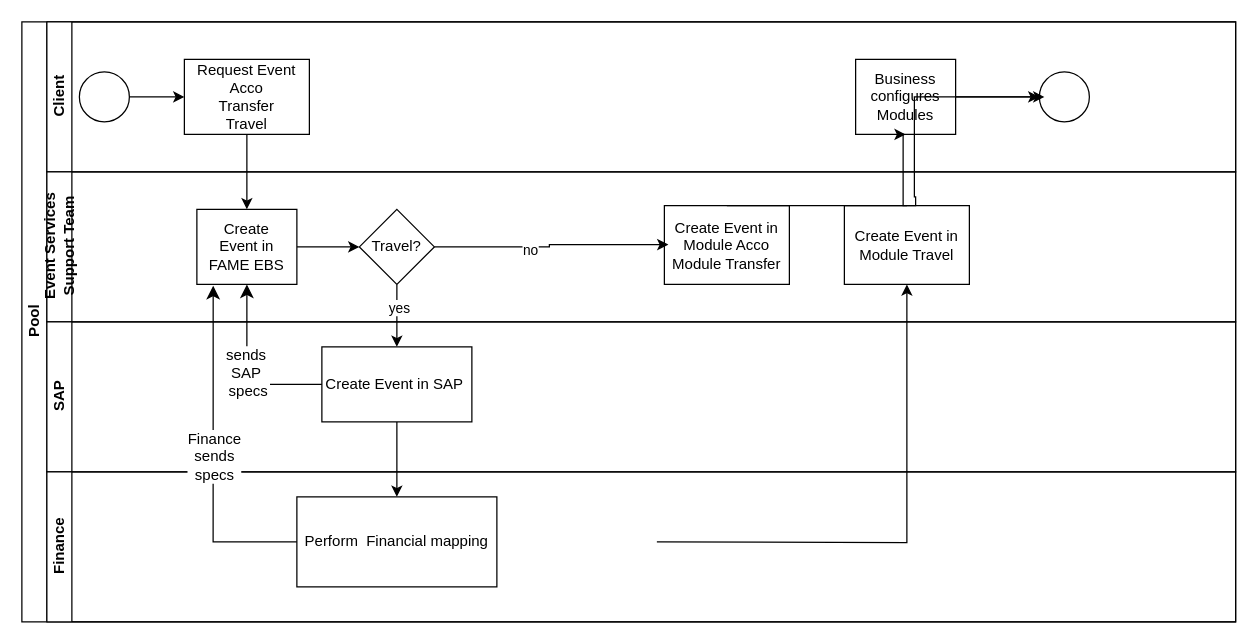
Above: page "proposed-HLcreate-event-ezue" (3 of 7) of FAMEevent.drawio in Helena-Zuk/github-slideshow (draw.io), before the change. Source tidied: cells renumbered, new cells numbered last; positions are measured from the earlier drawing's top-left corner, leaving out a move shared by most shapes. Both pictures are drawn from the tidied source at 125%, with x=0, y=0 at pixel (21, 21).
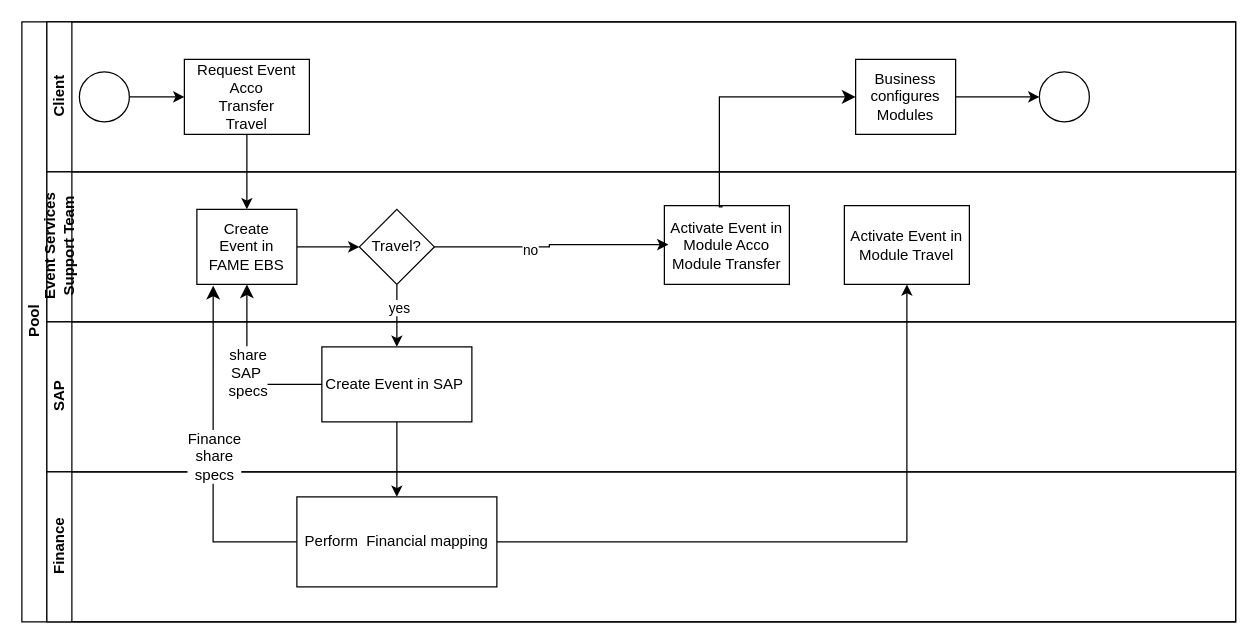
After the change.

The change refers to these unchanged cells:
```xml
<mxCell id="2" value="Pool" style="swimlane;html=1;horizontal=0;startSize=20;" parent="1" vertex="1">
  <mxGeometry width="971" height="480" as="geometry" />
</mxCell>
<mxCell id="11" value="Business&lt;br&gt;configures&lt;br&gt;Modules" style="rounded=0;whiteSpace=wrap;html=1;fontFamily=Helvetica;fontSize=12;fontColor=#000000;align=center;" parent="6" vertex="1">
  <mxGeometry x="647" y="30" width="80" height="60" as="geometry" />
</mxCell>
<mxCell id="13" value="Event Services &lt;br&gt;Support Team" style="swimlane;html=1;startSize=20;horizontal=0;" parent="2" vertex="1">
  <mxGeometry x="20" y="120" width="951" height="120" as="geometry" />
</mxCell>
<mxCell id="24" value="Perform&amp;nbsp; Financial mapping" style="rounded=0;whiteSpace=wrap;html=1;fontFamily=Helvetica;fontSize=12;fontColor=#000000;align=center;" parent="23" vertex="1">
  <mxGeometry x="200" y="20" width="160" height="72" as="geometry" />
</mxCell>
<mxCell id="28" style="endArrow=classic;html=1;rounded=0;fontSize=12;startSize=8;endSize=8;entryX=0.5;entryY=1;entryDx=0;entryDy=0;exitX=0;exitY=0.5;exitDx=0;exitDy=0;edgeStyle=orthogonalEdgeStyle;" parent="2" edge="1" source="22" target="15">
  <mxGeometry relative="1" as="geometry">
    <Array as="points">
      <mxPoint x="180" y="290" />
    </Array>
  </mxGeometry>
</mxCell>
<mxCell id="30" style="endArrow=classic;html=1;rounded=0;fontSize=12;startSize=8;endSize=8;entryX=0.163;entryY=1.017;entryDx=0;entryDy=0;entryPerimeter=0;exitX=0;exitY=0.5;exitDx=0;exitDy=0;edgeStyle=orthogonalEdgeStyle;" parent="2" edge="1" source="24" target="15">
  <mxGeometry relative="1" as="geometry" />
</mxCell>
```

Change to the diagram source:
```diff
@@
-    <mxCell id="17" value="Create Event in&lt;br&gt;Module Acco Module Transfer" style="rounded=0;whiteSpace=wrap;html=1;fontFamily=Helvetica;fontSize=12;fontColor=#000000;align=center;" parent="13" vertex="1">
+    <mxCell id="17" value="Activate Event in&lt;br&gt;Module Acco Module Transfer" style="rounded=0;whiteSpace=wrap;html=1;fontFamily=Helvetica;fontSize=12;fontColor=#000000;align=center;" parent="13" vertex="1">
       <mxGeometry x="494" y="27" width="100" height="63" as="geometry" />
     </mxCell>
-    <mxCell id="18" value="Create Event in&lt;br&gt;Module Travel" style="rounded=0;whiteSpace=wrap;html=1;fontFamily=Helvetica;fontSize=12;fontColor=#000000;align=center;" parent="13" vertex="1">
+    <mxCell id="18" value="Activate Event in&lt;br&gt;Module Travel" style="rounded=0;whiteSpace=wrap;html=1;fontFamily=Helvetica;fontSize=12;fontColor=#000000;align=center;" parent="13" vertex="1">
       <mxGeometry x="638" y="27" width="100" height="63" as="geometry" />
     </mxCell>
@@
+    <mxCell id="33" style="endArrow=classic;html=1;rounded=0;fontSize=12;startSize=8;endSize=8;entryX=0;entryY=0.5;entryDx=0;entryDy=0;edgeStyle=orthogonalEdgeStyle;" parent="13" edge="1" target="11">
+      <mxGeometry relative="1" as="geometry">
+        <mxPoint x="540" y="27" as="sourcePoint" />
+        <Array as="points">
+          <mxPoint x="540" y="28" />
+          <mxPoint x="538" y="28" />
+          <mxPoint x="538" y="-60" />
+        </Array>
+      </mxGeometry>
+    </mxCell>
@@
-    <mxCell id="26" style="edgeStyle=orthogonalEdgeStyle;rounded=0;jettySize=auto;html=1;endArrow=classic;endFill=1;entryX=0.5;entryY=1;entryDx=0;entryDy=0;" parent="2" edge="1" target="18">
-      <mxGeometry relative="1" as="geometry">
-        <mxPoint x="508" y="416" as="sourcePoint" />
-      </mxGeometry>
+    <mxCell id="26" style="edgeStyle=orthogonalEdgeStyle;rounded=0;jettySize=auto;html=1;endArrow=classic;endFill=1;entryX=0.5;entryY=1;entryDx=0;entryDy=0;exitX=1;exitY=0.5;exitDx=0;exitDy=0;" parent="2" edge="1" source="24" target="18">
+      <mxGeometry relative="1" as="geometry" />
     </mxCell>
-    <mxCell id="27" style="edgeStyle=orthogonalEdgeStyle;rounded=0;jettySize=auto;html=1;endArrow=classic;endFill=1;exitX=0.5;exitY=0;exitDx=0;exitDy=0;entryX=0.5;entryY=1;entryDx=0;entryDy=0;" parent="2" edge="1" source="18" target="11">
-      <mxGeometry relative="1" as="geometry">
-        <Array as="points">
-          <mxPoint x="705" y="147" />
-          <mxPoint x="705" y="90" />
-        </Array>
-      </mxGeometry>
-    </mxCell>
@@
-    <mxCell id="29" value="sends&amp;nbsp;&lt;div&gt;SAP&amp;nbsp;&lt;/div&gt;&lt;div&gt;specs&lt;/div&gt;" style="edgeLabel;html=1;fontSize=12;align=center;verticalAlign=middle;" parent="28" vertex="1">
+    <mxCell id="29" value="share&lt;div&gt;SAP&amp;nbsp;&lt;/div&gt;&lt;div&gt;specs&lt;/div&gt;" style="edgeLabel;html=1;fontSize=12;align=center;verticalAlign=middle;" parent="28" vertex="1">
       <mxGeometry relative="1" as="geometry" />
     </mxCell>
@@
-    <mxCell id="31" value="Finance&lt;div&gt;sends&lt;/div&gt;&lt;div&gt;specs&lt;/div&gt;" style="edgeLabel;html=1;fontSize=12;align=center;verticalAlign=middle;" parent="30" vertex="1">
+    <mxCell id="31" value="Finance&lt;div&gt;share&lt;/div&gt;&lt;div&gt;specs&lt;/div&gt;" style="edgeLabel;html=1;fontSize=12;align=center;verticalAlign=middle;" parent="30" vertex="1">
       <mxGeometry relative="1" as="geometry" />
     </mxCell>
-    <mxCell id="32" style="edgeStyle=orthogonalEdgeStyle;rounded=0;jettySize=auto;html=1;endArrow=classic;endFill=1;exitX=0.5;exitY=0;exitDx=0;exitDy=0;" parent="1" edge="1" source="17">
-      <mxGeometry relative="1" as="geometry">
-        <mxPoint x="818" y="60" as="targetPoint" />
-        <Array as="points">
-          <mxPoint x="715" y="147" />
-          <mxPoint x="715" y="140" />
-          <mxPoint x="714" y="140" />
-          <mxPoint x="714" y="60" />
-        </Array>
-      </mxGeometry>
-    </mxCell>
```
